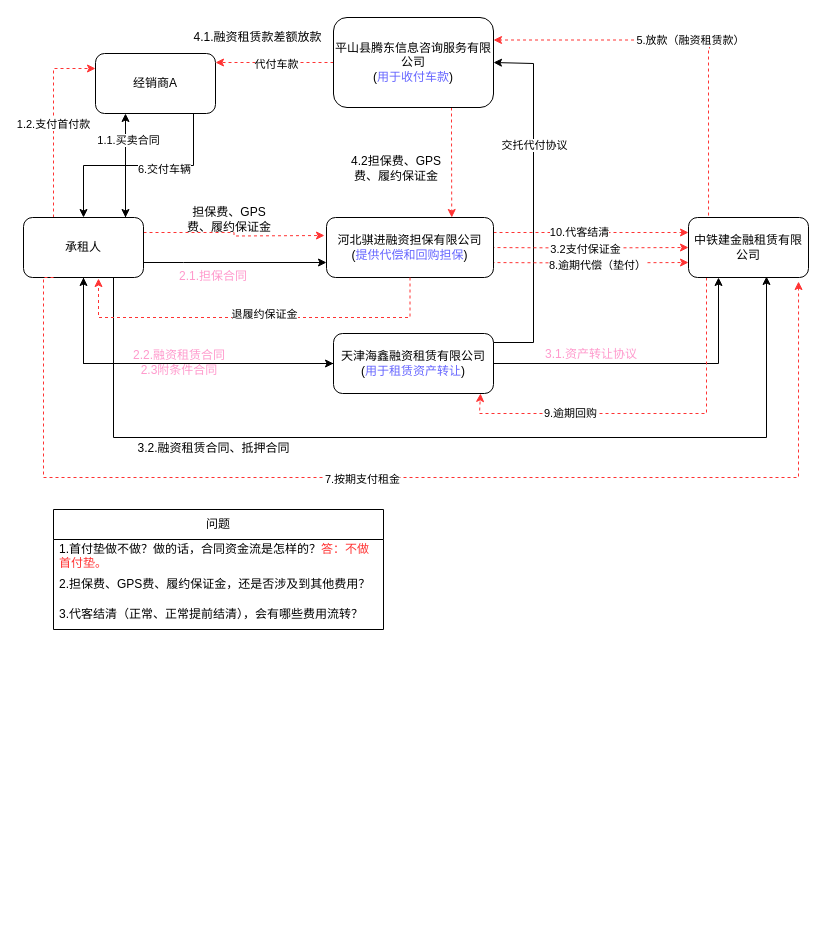
Above: 业务形态-交易结构.drawio in XiongZen/QJReconstitution (draw.io), before the change. Source tidied: cells renumbered, new cells numbered last; positions are measured from the earlier drawing's top-left corner, leaving out a move shared by most shapes. Both pictures are drawn from the tidied source at 100%, with x=0, y=0 at pixel (23, 17).
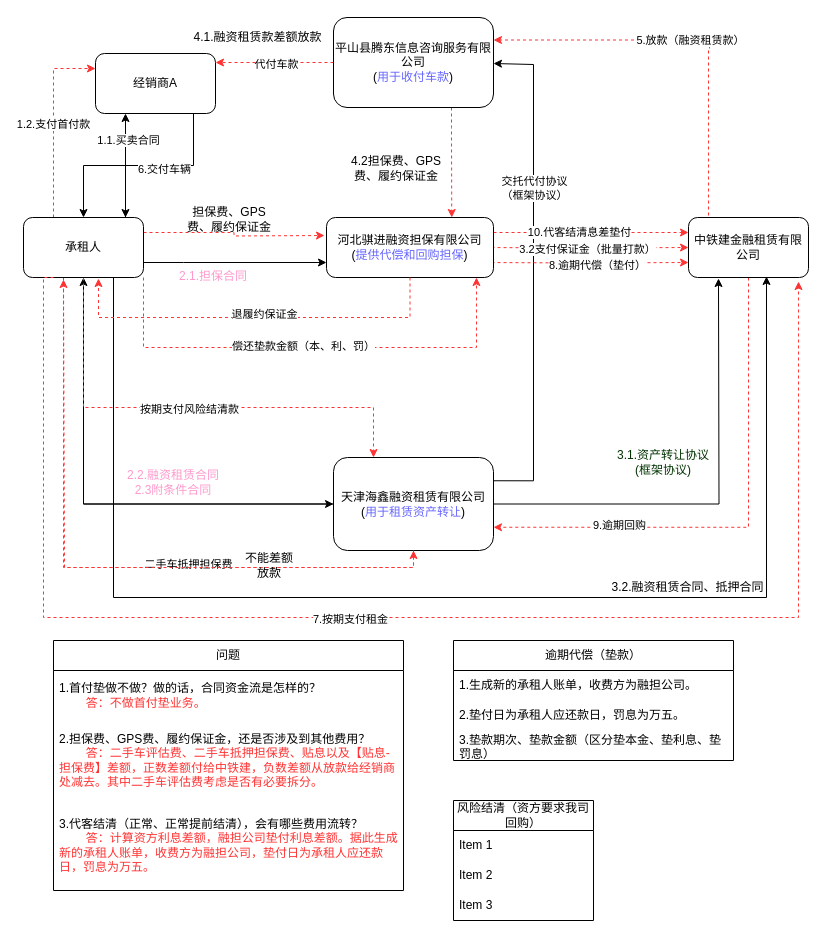
After the change.

Commit message:
Update 业务形态-交易结构.drawio

Unchanged cells that the change refers to:
```xml
<mxCell id="5" value="平山县腾东信息咨询服务有限公司&lt;div&gt;(&lt;font color=&quot;#6666ff&quot;&gt;用于收付车款&lt;/font&gt;)&lt;/div&gt;" style="rounded=1;whiteSpace=wrap;html=1;" parent="1" vertex="1">
  <mxGeometry x="310" width="160" height="90" as="geometry" />
</mxCell>
<mxCell id="11" style="edgeStyle=orthogonalEdgeStyle;rounded=0;jettySize=auto;html=1;entryX=0;entryY=0.5;entryDx=0;entryDy=0;dashed=1;strokeColor=#FF3333;" parent="1" edge="1" target="31">
  <mxGeometry relative="1" as="geometry">
    <mxPoint x="456" y="230" as="sourcePoint" />
  </mxGeometry>
</mxCell>
<mxCell id="15" style="edgeStyle=orthogonalEdgeStyle;rounded=0;jettySize=auto;html=1;entryX=0;entryY=0.25;entryDx=0;entryDy=0;dashed=1;strokeColor=#FF3333;" parent="1" edge="1" source="17" target="31">
  <mxGeometry relative="1" as="geometry">
    <Array as="points">
      <mxPoint x="510" y="215" />
      <mxPoint x="510" y="215" />
    </Array>
  </mxGeometry>
</mxCell>
<mxCell id="17" value="河北骐进融资担保有限公司&lt;div&gt;(&lt;font color=&quot;#6666ff&quot;&gt;提供代偿和回购担保&lt;/font&gt;)&lt;/div&gt;" style="rounded=1;whiteSpace=wrap;html=1;" parent="1" vertex="1">
  <mxGeometry x="303" y="200" width="167" height="60" as="geometry" />
</mxCell>
<mxCell id="27" value="承租人" style="rounded=1;whiteSpace=wrap;html=1;" parent="1" vertex="1">
  <mxGeometry y="200" width="120" height="60" as="geometry" />
</mxCell>
<mxCell id="31" value="中铁建金融租赁有限公司" style="rounded=1;whiteSpace=wrap;html=1;" parent="1" vertex="1">
  <mxGeometry x="665" y="200" width="120" height="60" as="geometry" />
</mxCell>
```

Diff of the diagram source:
```diff
@@
-    <mxCell id="6" style="edgeStyle=orthogonalEdgeStyle;rounded=0;jettySize=auto;html=1;entryX=0.5;entryY=1;entryDx=0;entryDy=0;" parent="1" edge="1" source="10" target="27">
-      <mxGeometry relative="1" as="geometry" />
+    <mxCell id="6" style="edgeStyle=orthogonalEdgeStyle;rounded=0;jettySize=auto;html=1;entryX=0.5;entryY=1;entryDx=0;entryDy=0;exitX=0;exitY=0.5;exitDx=0;exitDy=0;" parent="1" edge="1" source="10" target="27">
+      <mxGeometry relative="1" as="geometry">
+        <Array as="points">
+          <mxPoint x="60" y="487" />
+        </Array>
+      </mxGeometry>
     </mxCell>
-    <mxCell id="7" style="edgeStyle=orthogonalEdgeStyle;rounded=0;jettySize=auto;html=1;entryX=0.25;entryY=1;entryDx=0;entryDy=0;exitX=1;exitY=0.5;exitDx=0;exitDy=0;" parent="1" edge="1" source="10" target="31">
-      <mxGeometry relative="1" as="geometry" />
+    <mxCell id="7" style="edgeStyle=orthogonalEdgeStyle;rounded=0;jettySize=auto;html=1;entryX=0.25;entryY=1;entryDx=0;entryDy=0;exitX=1;exitY=0.5;exitDx=0;exitDy=0;" parent="1" edge="1" source="10">
+      <mxGeometry relative="1" as="geometry">
+        <mxPoint x="695" y="261" as="targetPoint" />
+      </mxGeometry>
     </mxCell>
-    <mxCell id="8" style="edgeStyle=orthogonalEdgeStyle;rounded=0;jettySize=auto;html=1;entryX=1;entryY=0.5;entryDx=0;entryDy=0;" parent="1" edge="1" target="5">
+    <mxCell id="8" style="edgeStyle=orthogonalEdgeStyle;rounded=0;jettySize=auto;html=1;entryX=1;entryY=0.5;entryDx=0;entryDy=0;exitX=1;exitY=0.25;exitDx=0;exitDy=0;" parent="1" edge="1" source="10">
       <mxGeometry relative="1" as="geometry">
-        <mxPoint x="461" y="325" as="sourcePoint" />
+        <mxPoint x="470" y="46" as="targetPoint" />
         <Array as="points">
-          <mxPoint x="510" y="325" />
-          <mxPoint x="510" y="46" />
+          <mxPoint x="510" y="463" />
+          <mxPoint x="510" y="47" />
         </Array>
       </mxGeometry>
     </mxCell>
-    <mxCell id="9" value="交托代付协议" style="edgeLabel;html=1;align=center;verticalAlign=middle;" parent="8" vertex="1">
+    <mxCell id="9" value="交托代付协议&lt;div&gt;（框架协议）&lt;/div&gt;" style="edgeLabel;html=1;align=center;verticalAlign=middle;" parent="8" vertex="1">
       <mxGeometry x="0.34" y="-1" relative="1" as="geometry">
         <mxPoint x="-1" as="offset" />
       </mxGeometry>
     </mxCell>
     <mxCell id="10" value="天津海鑫融资租赁有限公司&lt;div&gt;(&lt;font color=&quot;#6666ff&quot;&gt;用于租赁资产转让&lt;/font&gt;)&lt;/div&gt;" style="rounded=1;whiteSpace=wrap;html=1;" parent="1" vertex="1">
-      <mxGeometry x="310" y="316" width="160" height="60" as="geometry" />
+      <mxGeometry x="310" y="440" width="160" height="93" as="geometry" />
     </mxCell>
@@
-    <mxCell id="12" value="3.2支付保证金" style="edgeLabel;html=1;align=center;verticalAlign=middle;" parent="11" vertex="1">
+    <mxCell id="12" value="3.2支付保证金（批量打款）" style="edgeLabel;html=1;align=center;verticalAlign=middle;" parent="11" vertex="1">
       <mxGeometry x="-0.08" y="-1" relative="1" as="geometry">
-        <mxPoint x="10" as="offset" />
+        <mxPoint x="12" as="offset" />
       </mxGeometry>
     </mxCell>
@@
-    <mxCell id="16" value="10.代客结清" style="edgeLabel;html=1;align=center;verticalAlign=middle;" parent="15" vertex="1">
+    <mxCell id="16" value="10.代客结清息差垫付" style="edgeLabel;html=1;align=center;verticalAlign=middle;" parent="15" vertex="1">
       <mxGeometry x="-0.13" y="1" relative="1" as="geometry" />
     </mxCell>
@@
-    <mxCell id="21" style="edgeStyle=orthogonalEdgeStyle;rounded=0;jettySize=auto;html=1;entryX=0;entryY=0.5;entryDx=0;entryDy=0;exitX=0.5;exitY=1;exitDx=0;exitDy=0;" parent="1" edge="1" source="27" target="10">
-      <mxGeometry relative="1" as="geometry" />
+    <mxCell id="21" style="edgeStyle=orthogonalEdgeStyle;rounded=0;jettySize=auto;html=1;exitX=0.5;exitY=1;exitDx=0;exitDy=0;entryX=0;entryY=0.5;entryDx=0;entryDy=0;" parent="1" edge="1" target="10">
+      <mxGeometry relative="1" as="geometry">
+        <mxPoint x="60" y="261" as="sourcePoint" />
+        <Array as="points">
+          <mxPoint x="60" y="487" />
+        </Array>
+      </mxGeometry>
     </mxCell>
@@
+    <mxCell id="50" style="edgeStyle=orthogonalEdgeStyle;rounded=0;jettySize=auto;html=1;entryX=0.5;entryY=1;entryDx=0;entryDy=0;dashed=1;strokeColor=#FF3333;" parent="1" edge="1" source="27" target="10">
+      <mxGeometry relative="1" as="geometry">
+        <Array as="points">
+          <mxPoint x="40" y="550" />
+          <mxPoint x="390" y="550" />
+        </Array>
+      </mxGeometry>
+    </mxCell>
+    <mxCell id="51" value="二手车抵押担保费" style="edgeLabel;html=1;align=center;verticalAlign=middle;" parent="50" vertex="1">
+      <mxGeometry x="-0.13" y="-1" relative="1" as="geometry">
+        <mxPoint x="125" as="offset" />
+      </mxGeometry>
+    </mxCell>
+    <mxCell id="52" style="edgeStyle=orthogonalEdgeStyle;rounded=0;jettySize=auto;html=1;entryX=0.25;entryY=0;entryDx=0;entryDy=0;dashed=1;strokeColor=#FF3333;" parent="1" edge="1" source="27" target="10">
+      <mxGeometry relative="1" as="geometry">
+        <Array as="points">
+          <mxPoint x="60" y="390" />
+          <mxPoint x="350" y="390" />
+        </Array>
+      </mxGeometry>
+    </mxCell>
+    <mxCell id="53" value="按期支付风险结清款" style="edgeLabel;html=1;align=center;verticalAlign=middle;" parent="52" vertex="1">
+      <mxGeometry y="-1" relative="1" as="geometry" />
+    </mxCell>
@@
-    <mxCell id="28" style="edgeStyle=orthogonalEdgeStyle;rounded=0;jettySize=auto;html=1;entryX=0.5;entryY=1;entryDx=0;entryDy=0;dashed=1;strokeColor=#FF3333;" parent="1" edge="1" source="31">
-      <mxGeometry relative="1" as="geometry">
-        <mxPoint x="457" y="376" as="targetPoint" />
-        <Array as="points">
-          <mxPoint x="683" y="396" />
-          <mxPoint x="456" y="396" />
-        </Array>
-      </mxGeometry>
-    </mxCell>
+    <mxCell id="30" value="5.放款（融资租赁款）" style="edgeStyle=orthogonalEdgeStyle;rounded=0;jettySize=auto;html=1;entryX=1;entryY=0.25;entryDx=0;entryDy=0;dashed=1;strokeColor=#FF3333;exitX=0.167;exitY=-0.033;exitDx=0;exitDy=0;exitPerimeter=0;" parent="1" edge="1" source="31" target="5">
+      <mxGeometry relative="1" as="geometry">
+        <Array as="points">
+          <mxPoint x="685" y="31" />
+          <mxPoint x="686" y="31" />
+          <mxPoint x="686" y="23" />
+        </Array>
+      </mxGeometry>
+    </mxCell>
+    <mxCell id="54" style="edgeStyle=orthogonalEdgeStyle;rounded=0;jettySize=auto;html=1;entryX=1;entryY=0.75;entryDx=0;entryDy=0;dashed=1;strokeColor=#FF3333;" parent="1" edge="1" source="31" target="10">
+      <mxGeometry relative="1" as="geometry">
+        <Array as="points">
+          <mxPoint x="725" y="510" />
+        </Array>
+      </mxGeometry>
+    </mxCell>
-    <mxCell id="29" value="9.逾期回购" style="edgeLabel;html=1;align=center;verticalAlign=middle;" parent="28" vertex="1">
-      <mxGeometry x="0.42" y="-1" relative="1" as="geometry">
-        <mxPoint x="-1" as="offset" />
-      </mxGeometry>
+    <mxCell id="29" value="9.逾期回购" style="edgeLabel;html=1;align=center;verticalAlign=middle;" parent="54" vertex="1">
+      <mxGeometry x="0.5" y="-2" relative="1" as="geometry" />
     </mxCell>
-    <mxCell id="30" value="5.放款（融资租赁款）" style="edgeStyle=orthogonalEdgeStyle;rounded=0;jettySize=auto;html=1;entryX=1;entryY=0.25;entryDx=0;entryDy=0;dashed=1;strokeColor=#FF3333;exitX=0.167;exitY=-0.033;exitDx=0;exitDy=0;exitPerimeter=0;" parent="1" edge="1" source="31" target="5">
-      <mxGeometry relative="1" as="geometry">
-        <Array as="points">
-          <mxPoint x="685" y="31" />
-          <mxPoint x="686" y="31" />
-          <mxPoint x="686" y="23" />
-        </Array>
-      </mxGeometry>
-    </mxCell>
@@
     <mxCell id="32" value="2.2.融资租赁合同&lt;br&gt;2.3附条件合同" style="text;html=1;align=center;verticalAlign=middle;whiteSpace=wrap;rounded=0;fontColor=#FF99CC;" parent="1" vertex="1">
-      <mxGeometry x="96" y="330" width="120" height="30" as="geometry" />
+      <mxGeometry x="90" y="450" width="120" height="30" as="geometry" />
     </mxCell>
     <mxCell id="33" style="edgeStyle=orthogonalEdgeStyle;rounded=0;jettySize=auto;html=1;entryX=0.65;entryY=0.983;entryDx=0;entryDy=0;entryPerimeter=0;" parent="1" edge="1" target="31">
       <mxGeometry relative="1" as="geometry">
         <mxPoint x="90" y="260" as="sourcePoint" />
         <Array as="points">
-          <mxPoint x="90" y="260" />
-          <mxPoint x="90" y="420" />
-          <mxPoint x="743" y="420" />
+          <mxPoint x="90" y="580" />
+          <mxPoint x="743" y="580" />
         </Array>
       </mxGeometry>
     </mxCell>
     <mxCell id="34" value="3.2.融资租赁合同、抵押合同" style="text;html=1;align=center;verticalAlign=middle;whiteSpace=wrap;rounded=0;" parent="1" vertex="1">
-      <mxGeometry x="111" y="411" width="159" height="40" as="geometry" />
+      <mxGeometry x="585" y="550" width="159" height="40" as="geometry" />
     </mxCell>
     <mxCell id="35" style="edgeStyle=orthogonalEdgeStyle;rounded=0;jettySize=auto;html=1;dashed=1;strokeColor=#FF3333;entryX=0.917;entryY=1.067;entryDx=0;entryDy=0;entryPerimeter=0;exitX=0.25;exitY=1;exitDx=0;exitDy=0;" parent="1" edge="1" source="27" target="31">
       <mxGeometry relative="1" as="geometry">
         <Array as="points">
           <mxPoint x="20" y="260" />
-          <mxPoint x="20" y="460" />
-          <mxPoint x="775" y="460" />
+          <mxPoint x="20" y="600" />
+          <mxPoint x="775" y="600" />
         </Array>
       </mxGeometry>
     </mxCell>
@@
-    <mxCell id="37" value="3.1.资产转让协议" style="text;html=1;align=center;verticalAlign=middle;whiteSpace=wrap;rounded=0;fontColor=#FF99CC;" parent="1" vertex="1">
-      <mxGeometry x="513" y="322" width="110" height="30" as="geometry" />
+    <mxCell id="37" value="&lt;font color=&quot;#003300&quot;&gt;3.1.资产转让协议&lt;/font&gt;&lt;div&gt;&lt;font color=&quot;#003300&quot;&gt;(框架协议)&lt;/font&gt;&lt;/div&gt;" style="text;html=1;align=center;verticalAlign=middle;whiteSpace=wrap;rounded=0;fontColor=#FF99CC;" parent="1" vertex="1">
+      <mxGeometry x="585" y="430" width="110" height="30" as="geometry" />
     </mxCell>
@@
     <mxCell id="41" value="问题" style="swimlane;fontStyle=0;horizontal=1;startSize=30;whiteSpace=wrap;html=1;" parent="1" vertex="1">
-      <mxGeometry x="30" y="492" width="330" height="120" as="geometry" />
+      <mxGeometry x="30" y="623" width="350" height="250" as="geometry" />
     </mxCell>
-    <mxCell id="42" value="1.首付垫做不做？做的话，合同资金流是怎样的？&lt;font color=&quot;#ff3333&quot;&gt;答：不做首付垫。&lt;/font&gt;" style="text;strokeColor=none;fillColor=none;align=left;verticalAlign=middle;spacingLeft=4;spacingRight=4;overflow=hidden;whiteSpace=wrap;html=1;" parent="41" vertex="1">
-      <mxGeometry y="30" width="330" height="30" as="geometry" />
+    <mxCell id="42" value="1.首付垫做不做？做的话，合同资金流是怎样的？&lt;div&gt;&lt;font color=&quot;#ff3333&quot;&gt;&lt;span style=&quot;white-space: pre;&quot;&gt;&#9;&lt;/span&gt;答：不做首付垫业务。&lt;/font&gt;&lt;/div&gt;" style="text;strokeColor=none;fillColor=none;align=left;verticalAlign=middle;spacingLeft=4;spacingRight=4;overflow=hidden;whiteSpace=wrap;html=1;" parent="41" vertex="1">
+      <mxGeometry y="30" width="350" height="50" as="geometry" />
     </mxCell>
-    <mxCell id="43" value="2.&lt;span style=&quot;text-align: center;&quot;&gt;担保费、GPS费、履约保证金，还是否涉及到其他费用？&lt;/span&gt;" style="text;strokeColor=none;fillColor=none;align=left;verticalAlign=middle;spacingLeft=4;spacingRight=4;overflow=hidden;whiteSpace=wrap;html=1;" parent="41" vertex="1">
-      <mxGeometry y="60" width="330" height="30" as="geometry" />
+    <mxCell id="43" value="2.&lt;span style=&quot;text-align: center;&quot;&gt;担保费、GPS费、履约保证金，还是否涉及到其他费用？&lt;/span&gt;&lt;div&gt;&lt;span style=&quot;text-align: center;&quot;&gt;&lt;span style=&quot;white-space: pre;&quot;&gt;&#9;&lt;/span&gt;&lt;font color=&quot;#ff3333&quot;&gt;答：二手车评估费、二手车抵押担保费、贴息以及【贴息-担保费】差额，正数差额付给中铁建，负数差额从放款给经销商处减去。其中二手车评估费考虑是否有必要拆分。&lt;/font&gt;&lt;br&gt;&lt;/span&gt;&lt;/div&gt;" style="text;strokeColor=none;fillColor=none;align=left;verticalAlign=middle;spacingLeft=4;spacingRight=4;overflow=hidden;whiteSpace=wrap;html=1;" parent="41" vertex="1">
+      <mxGeometry y="80" width="350" height="80" as="geometry" />
     </mxCell>
-    <mxCell id="44" value="3.代客结清（正常、正常提前结清），会有哪些费用流转？" style="text;strokeColor=none;fillColor=none;align=left;verticalAlign=middle;spacingLeft=4;spacingRight=4;overflow=hidden;whiteSpace=wrap;html=1;" parent="41" vertex="1">
-      <mxGeometry y="90" width="330" height="30" as="geometry" />
+    <mxCell id="44" value="3.代客结清（正常、正常提前结清），会有哪些费用流转？&lt;div&gt;&lt;span style=&quot;white-space: pre;&quot;&gt;&#9;&lt;/span&gt;&lt;font color=&quot;#ff3333&quot;&gt;答：计算资方利息差额，融担公司垫付利息差额。据此生成新的承租人账单，收费方为融担公司，&lt;span style=&quot;background-color: initial;&quot;&gt;垫付日为承租人应还款日，罚息为万五。&lt;/span&gt;&lt;/font&gt;&lt;br&gt;&lt;/div&gt;" style="text;strokeColor=none;fillColor=none;align=left;verticalAlign=middle;spacingLeft=4;spacingRight=4;overflow=hidden;whiteSpace=wrap;html=1;" parent="41" vertex="1">
+      <mxGeometry y="160" width="350" height="90" as="geometry" />
     </mxCell>
@@
+    <mxCell id="55" style="edgeStyle=orthogonalEdgeStyle;rounded=0;jettySize=auto;html=1;entryX=0.333;entryY=1.017;entryDx=0;entryDy=0;entryPerimeter=0;exitX=0.5;exitY=1;exitDx=0;exitDy=0;dashed=1;strokeColor=#FF3333;" parent="1" edge="1" source="10">
+      <mxGeometry relative="1" as="geometry">
+        <mxPoint x="40" y="262" as="targetPoint" />
+        <Array as="points">
+          <mxPoint x="390" y="550" />
+          <mxPoint x="41" y="550" />
+        </Array>
+      </mxGeometry>
+    </mxCell>
+    <mxCell id="56" value="不能差额放款" style="text;html=1;align=center;verticalAlign=middle;whiteSpace=wrap;rounded=0;" parent="1" vertex="1">
+      <mxGeometry x="216" y="533" width="60" height="30" as="geometry" />
+    </mxCell>
+    <mxCell id="57" style="edgeStyle=orthogonalEdgeStyle;rounded=0;jettySize=auto;html=1;exitX=1;exitY=1;exitDx=0;exitDy=0;entryX=0.898;entryY=1;entryDx=0;entryDy=0;entryPerimeter=0;dashed=1;strokeColor=#FF3333;" parent="1" edge="1" source="27" target="17">
+      <mxGeometry relative="1" as="geometry">
+        <Array as="points">
+          <mxPoint x="120" y="330" />
+          <mxPoint x="453" y="330" />
+        </Array>
+      </mxGeometry>
+    </mxCell>
+    <mxCell id="58" value="偿还垫款金额（本、利、罚）" style="edgeLabel;html=1;align=center;verticalAlign=middle;" parent="57" vertex="1">
+      <mxGeometry x="-0.03" y="2" relative="1" as="geometry" />
+    </mxCell>
+    <mxCell id="59" value="逾期代偿（垫款）" style="swimlane;fontStyle=0;horizontal=1;startSize=30;whiteSpace=wrap;html=1;" parent="1" vertex="1">
+      <mxGeometry x="430" y="623" width="280" height="120" as="geometry" />
+    </mxCell>
+    <mxCell id="60" value="1.生成新的承租人账单，收费方为融担公司。" style="text;strokeColor=none;fillColor=none;align=left;verticalAlign=middle;spacingLeft=4;spacingRight=4;overflow=hidden;whiteSpace=wrap;html=1;" parent="59" vertex="1">
+      <mxGeometry y="30" width="280" height="30" as="geometry" />
+    </mxCell>
+    <mxCell id="61" value="2.垫付日为承租人应还款日，罚息为万五。" style="text;strokeColor=none;fillColor=none;align=left;verticalAlign=middle;spacingLeft=4;spacingRight=4;overflow=hidden;whiteSpace=wrap;html=1;" parent="59" vertex="1">
+      <mxGeometry y="60" width="280" height="30" as="geometry" />
+    </mxCell>
+    <mxCell id="62" value="3.垫款期次、垫款金额（区分垫本金、垫利息、垫罚息）" style="text;strokeColor=none;fillColor=none;align=left;verticalAlign=middle;spacingLeft=4;spacingRight=4;overflow=hidden;whiteSpace=wrap;html=1;" parent="59" vertex="1">
+      <mxGeometry y="90" width="280" height="30" as="geometry" />
+    </mxCell>
+    <mxCell id="63" value="风险结清（资方要求我司回购）" style="swimlane;fontStyle=0;horizontal=1;startSize=30;whiteSpace=wrap;html=1;" parent="1" vertex="1">
+      <mxGeometry x="430" y="783" width="140" height="120" as="geometry" />
+    </mxCell>
+    <mxCell id="64" value="Item 1" style="text;strokeColor=none;fillColor=none;align=left;verticalAlign=middle;spacingLeft=4;spacingRight=4;overflow=hidden;whiteSpace=wrap;html=1;" parent="63" vertex="1">
+      <mxGeometry y="30" width="140" height="30" as="geometry" />
+    </mxCell>
+    <mxCell id="65" value="Item 2" style="text;strokeColor=none;fillColor=none;align=left;verticalAlign=middle;spacingLeft=4;spacingRight=4;overflow=hidden;whiteSpace=wrap;html=1;" parent="63" vertex="1">
+      <mxGeometry y="60" width="140" height="30" as="geometry" />
+    </mxCell>
+    <mxCell id="66" value="Item 3" style="text;strokeColor=none;fillColor=none;align=left;verticalAlign=middle;spacingLeft=4;spacingRight=4;overflow=hidden;whiteSpace=wrap;html=1;" parent="63" vertex="1">
+      <mxGeometry y="90" width="140" height="30" as="geometry" />
+    </mxCell>
```
